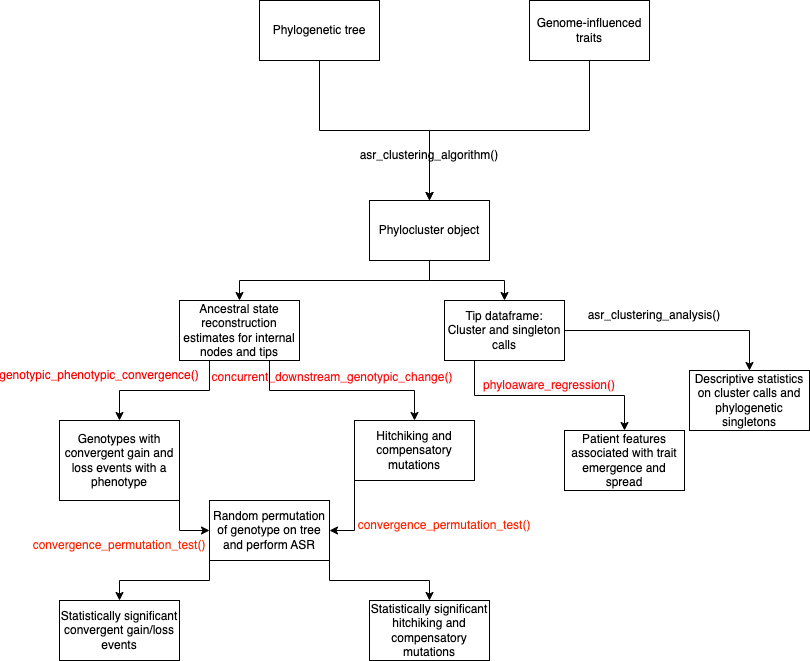
This is Phylosuite.drawio.png from kylegontjes/phyloAMR, a draw.io export, as it was before one commit. Source tidied: cells renumbered, new cells last; positions are measured from the earlier drawing's top-left corner, leaving out a move shared by most shapes.
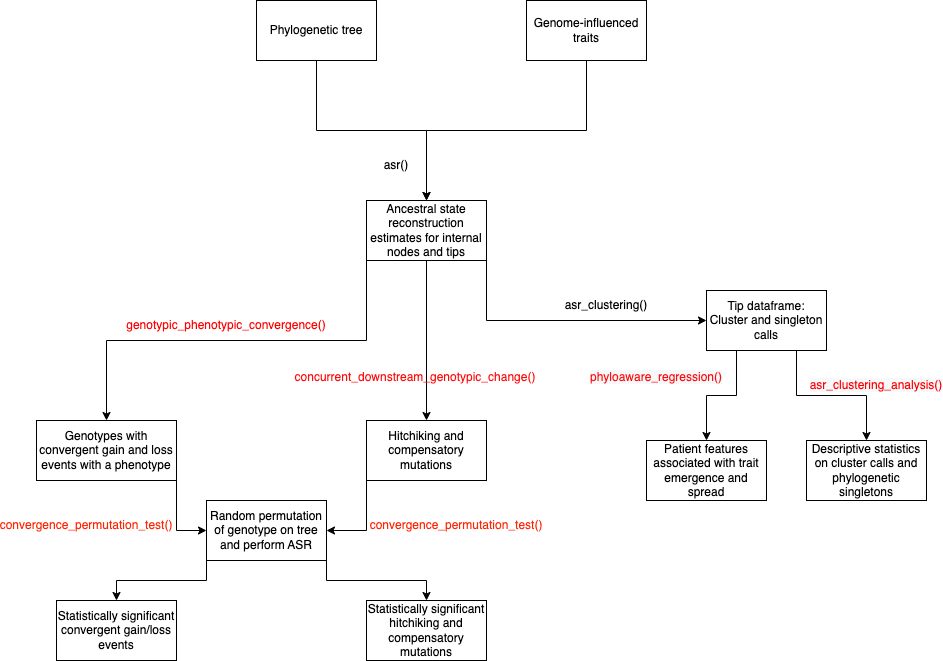
Above is the later version.

Commit message:
Updated png image to reflect changes to approach

The edit, as a diff of the source:
```diff
@@ -8,41 +8,26 @@
     <mxCell id="3" value="Phylogenetic tree" style="rounded=0;whiteSpace=wrap;html=1;" parent="1" vertex="1">
       <mxGeometry x="200" width="120" height="60" as="geometry" />
     </mxCell>
-    <mxCell id="4" style="edgeStyle=orthogonalEdgeStyle;rounded=0;jettySize=auto;html=1;exitX=0.5;exitY=1;exitDx=0;exitDy=0;entryX=0.5;entryY=0;entryDx=0;entryDy=0;" parent="1" edge="1" source="6" target="10">
-      <mxGeometry relative="1" as="geometry" />
-    </mxCell>
-    <mxCell id="5" style="edgeStyle=orthogonalEdgeStyle;rounded=0;jettySize=auto;html=1;exitX=0.5;exitY=1;exitDx=0;exitDy=0;entryX=0.5;entryY=0;entryDx=0;entryDy=0;" parent="1" edge="1" source="6" target="13">
+    <mxCell id="5" style="edgeStyle=orthogonalEdgeStyle;rounded=0;jettySize=auto;html=1;exitX=1;exitY=1;exitDx=0;exitDy=0;entryX=0;entryY=0.5;entryDx=0;entryDy=0;" parent="1" edge="1" source="6" target="13">
       <mxGeometry relative="1" as="geometry" />
     </mxCell>
+    <mxCell id="33" style="edgeStyle=orthogonalEdgeStyle;rounded=0;jettySize=auto;html=1;exitX=0;exitY=1;exitDx=0;exitDy=0;" parent="1" edge="1" source="6" target="17">
+      <mxGeometry relative="1" as="geometry" />
+    </mxCell>
+    <mxCell id="34" style="edgeStyle=orthogonalEdgeStyle;rounded=0;jettySize=auto;html=1;exitX=0.5;exitY=1;exitDx=0;exitDy=0;" parent="1" edge="1" source="6" target="22">
+      <mxGeometry relative="1" as="geometry" />
+    </mxCell>
-    <mxCell id="6" value="Phylocluster object" style="rounded=0;whiteSpace=wrap;html=1;" parent="1" vertex="1">
+    <mxCell id="6" value="Ancestral state reconstruction estimates for internal nodes and tips" style="rounded=0;whiteSpace=wrap;html=1;" parent="1" vertex="1">
       <mxGeometry x="310" y="200" width="120" height="60" as="geometry" />
     </mxCell>
-    <mxCell id="7" value="asr_clustering_algorithm()" style="text;strokeColor=none;align=center;fillColor=none;html=1;verticalAlign=middle;whiteSpace=wrap;rounded=0;" parent="1" vertex="1">
-      <mxGeometry x="340" y="140" width="60" height="30" as="geometry" />
+    <mxCell id="7" value="asr()" style="text;strokeColor=none;align=center;fillColor=none;html=1;verticalAlign=middle;whiteSpace=wrap;rounded=0;" parent="1" vertex="1">
+      <mxGeometry x="310" y="150" width="60" height="30" as="geometry" />
     </mxCell>
-    <mxCell id="8" style="edgeStyle=orthogonalEdgeStyle;rounded=0;jettySize=auto;html=1;exitX=0.25;exitY=1;exitDx=0;exitDy=0;entryX=0.5;entryY=0;entryDx=0;entryDy=0;" parent="1" edge="1" source="10" target="17">
-      <mxGeometry relative="1" as="geometry" />
-    </mxCell>
-    <mxCell id="9" style="edgeStyle=orthogonalEdgeStyle;rounded=0;jettySize=auto;html=1;exitX=0.75;exitY=1;exitDx=0;exitDy=0;entryX=0.5;entryY=0;entryDx=0;entryDy=0;" parent="1" edge="1" source="10" target="22">
-      <mxGeometry relative="1" as="geometry" />
-    </mxCell>
-    <mxCell id="10" value="Ancestral state reconstruction estimates for internal nodes and tips" style="rounded=0;whiteSpace=wrap;html=1;" parent="1" vertex="1">
-      <mxGeometry x="120" y="300" width="120" height="60" as="geometry" />
-    </mxCell>
-    <mxCell id="11" style="edgeStyle=orthogonalEdgeStyle;rounded=0;jettySize=auto;html=1;exitX=1;exitY=0.5;exitDx=0;exitDy=0;entryX=0.5;entryY=0;entryDx=0;entryDy=0;" parent="1" edge="1" source="13" target="14">
-      <mxGeometry relative="1" as="geometry" />
-    </mxCell>
-    <mxCell id="12" style="edgeStyle=orthogonalEdgeStyle;rounded=0;jettySize=auto;html=1;exitX=0.25;exitY=1;exitDx=0;exitDy=0;entryX=0.5;entryY=0;entryDx=0;entryDy=0;" parent="1" edge="1" source="13" target="19">
-      <mxGeometry relative="1" as="geometry" />
-    </mxCell>
-    <mxCell id="13" value="Tip dataframe: Cluster and singleton calls" style="rounded=0;whiteSpace=wrap;html=1;" parent="1" vertex="1">
-      <mxGeometry x="385" y="300" width="120" height="60" as="geometry" />
-    </mxCell>
     <mxCell id="14" value="Descriptive statistics on cluster calls and phylogenetic singletons" style="rounded=0;whiteSpace=wrap;html=1;" parent="1" vertex="1">
-      <mxGeometry x="630" y="370" width="120" height="60" as="geometry" />
+      <mxGeometry x="750" y="440" width="120" height="60" as="geometry" />
     </mxCell>
-    <mxCell id="15" value="asr_clustering_analysis()" style="text;strokeColor=none;align=center;fillColor=none;html=1;verticalAlign=middle;whiteSpace=wrap;rounded=0;" parent="1" vertex="1">
-      <mxGeometry x="565" y="300" width="60" height="30" as="geometry" />
+    <mxCell id="15" value="asr_clustering()" style="text;strokeColor=none;align=center;fillColor=none;html=1;verticalAlign=middle;whiteSpace=wrap;rounded=0;" parent="1" vertex="1">
+      <mxGeometry x="520" y="290" width="60" height="30" as="geometry" />
     </mxCell>
     <mxCell id="16" style="edgeStyle=orthogonalEdgeStyle;rounded=0;jettySize=auto;html=1;exitX=1;exitY=1;exitDx=0;exitDy=0;entryX=0;entryY=0.5;entryDx=0;entryDy=0;" parent="1" edge="1" source="17" target="32">
       <mxGeometry relative="1" as="geometry">
@@ -52,25 +37,25 @@
       </mxGeometry>
     </mxCell>
     <mxCell id="17" value="Genotypes with convergent gain and loss events with a phenotype" style="rounded=0;whiteSpace=wrap;html=1;textDirection=ltr;horizontal=1;verticalAlign=middle;" parent="1" vertex="1">
-      <mxGeometry y="420" width="120" height="80" as="geometry" />
+      <mxGeometry x="-20" y="420" width="140" height="60" as="geometry" />
     </mxCell>
     <mxCell id="18" value="&lt;span style=&quot;text-align: start; background-color: rgb(255, 255, 255);&quot;&gt;&lt;font style=&quot;&quot; face=&quot;Helvetica&quot;&gt;genotypic_phenotypic_convergence()&lt;/font&gt;&lt;/span&gt;" style="text;strokeColor=none;align=center;fillColor=none;html=1;verticalAlign=middle;whiteSpace=wrap;rounded=0;fontColor=#FF0000;" parent="1" vertex="1">
-      <mxGeometry x="10" y="360" width="60" height="30" as="geometry" />
+      <mxGeometry x="140" y="310" width="60" height="30" as="geometry" />
     </mxCell>
     <mxCell id="19" value="Patient features associated with trait emergence and spread" style="rounded=0;whiteSpace=wrap;html=1;" parent="1" vertex="1">
-      <mxGeometry x="505" y="430" width="120" height="60" as="geometry" />
+      <mxGeometry x="590" y="440" width="120" height="60" as="geometry" />
     </mxCell>
     <mxCell id="20" value="&lt;span style=&quot;text-align: start; background-color: rgb(246, 248, 250);&quot;&gt;&lt;font style=&quot;&quot; face=&quot;Helvetica&quot;&gt;phyloaware_regression()&lt;/font&gt;&lt;/span&gt;" style="text;strokeColor=none;align=center;fillColor=none;html=1;verticalAlign=middle;whiteSpace=wrap;rounded=0;fontColor=#FF0C0C;" parent="1" vertex="1">
-      <mxGeometry x="460" y="370" width="60" height="30" as="geometry" />
+      <mxGeometry x="570" y="362" width="60" height="30" as="geometry" />
     </mxCell>
     <mxCell id="21" style="edgeStyle=orthogonalEdgeStyle;rounded=0;jettySize=auto;html=1;exitX=0;exitY=1;exitDx=0;exitDy=0;entryX=1;entryY=0.5;entryDx=0;entryDy=0;" parent="1" edge="1" source="22" target="32">
       <mxGeometry relative="1" as="geometry" />
     </mxCell>
     <mxCell id="22" value="Hitchiking and compensatory mutations" style="whiteSpace=wrap;html=1;" parent="1" vertex="1">
-      <mxGeometry x="295" y="420" width="120" height="60" as="geometry" />
+      <mxGeometry x="310" y="420" width="120" height="60" as="geometry" />
     </mxCell>
     <mxCell id="23" value="&lt;div style=&quot;text-align: start;&quot;&gt;&lt;span style=&quot;background-color: transparent;&quot;&gt;concurrent_downstream_genotypic_change()&lt;/span&gt;&lt;/div&gt;" style="text;strokeColor=none;align=center;fillColor=none;html=1;verticalAlign=middle;whiteSpace=wrap;rounded=0;fontColor=#FF0C0C;" parent="1" vertex="1">
-      <mxGeometry x="243" y="362" width="60" height="30" as="geometry" />
+      <mxGeometry x="329" y="362" width="60" height="30" as="geometry" />
     </mxCell>
     <mxCell id="24" style="edgeStyle=orthogonalEdgeStyle;rounded=0;jettySize=auto;html=1;exitX=0.5;exitY=1;exitDx=0;exitDy=0;entryX=0.5;entryY=0;entryDx=0;entryDy=0;" parent="1" edge="1" source="25" target="6">
       <mxGeometry relative="1" as="geometry" />
@@ -85,10 +70,10 @@
       <mxGeometry x="310" y="600" width="120" height="60" as="geometry" />
     </mxCell>
     <mxCell id="28" value="&lt;span style=&quot;color: rgb(255, 36, 2);&quot;&gt;convergence_permutation_test()&lt;/span&gt;" style="text;strokeColor=none;align=center;fillColor=none;html=1;verticalAlign=middle;whiteSpace=wrap;rounded=0;" parent="1" vertex="1">
-      <mxGeometry x="30" y="530" width="60" height="30" as="geometry" />
+      <mxGeometry y="510" width="60" height="30" as="geometry" />
     </mxCell>
     <mxCell id="29" value="&lt;span style=&quot;color: rgb(255, 36, 2);&quot;&gt;convergence_permutation_test()&lt;/span&gt;" style="text;strokeColor=none;align=center;fillColor=none;html=1;verticalAlign=middle;whiteSpace=wrap;rounded=0;" parent="1" vertex="1">
-      <mxGeometry x="355" y="510" width="60" height="30" as="geometry" />
+      <mxGeometry x="370" y="510" width="60" height="30" as="geometry" />
     </mxCell>
     <mxCell id="30" style="edgeStyle=orthogonalEdgeStyle;rounded=0;jettySize=auto;html=1;exitX=0;exitY=1;exitDx=0;exitDy=0;" parent="1" edge="1" source="32" target="26">
       <mxGeometry relative="1" as="geometry" />
@@ -99,5 +84,17 @@
     <mxCell id="32" value="Random permutation of genotype on tree and perform ASR" style="rounded=0;whiteSpace=wrap;html=1;" parent="1" vertex="1">
       <mxGeometry x="150" y="500" width="120" height="60" as="geometry" />
     </mxCell>
+    <mxCell id="12" style="edgeStyle=orthogonalEdgeStyle;rounded=0;jettySize=auto;html=1;exitX=0.25;exitY=1;exitDx=0;exitDy=0;" parent="1" edge="1" source="13" target="19">
+      <mxGeometry relative="1" as="geometry" />
+    </mxCell>
+    <mxCell id="11" style="edgeStyle=orthogonalEdgeStyle;rounded=0;jettySize=auto;html=1;exitX=0.75;exitY=1;exitDx=0;exitDy=0;" parent="1" edge="1" source="13" target="14">
+      <mxGeometry relative="1" as="geometry" />
+    </mxCell>
+    <mxCell id="13" value="Tip dataframe: Cluster and singleton calls" style="rounded=0;whiteSpace=wrap;html=1;" parent="1" vertex="1">
+      <mxGeometry x="650" y="290" width="120" height="60" as="geometry" />
+    </mxCell>
+    <mxCell id="35" value="&lt;span style=&quot;text-align: start; background-color: rgb(246, 248, 250);&quot;&gt;&lt;font style=&quot;color: rgb(255, 0, 0);&quot; face=&quot;Helvetica&quot;&gt;asr_clustering_analysis()&lt;/font&gt;&lt;/span&gt;" style="text;strokeColor=none;align=center;fillColor=none;html=1;verticalAlign=middle;whiteSpace=wrap;rounded=0;fontColor=#FF0C0C;" parent="1" vertex="1">
+      <mxGeometry x="790" y="370" width="60" height="30" as="geometry" />
+    </mxCell>
   </root>
 </mxGraphModel>
```
